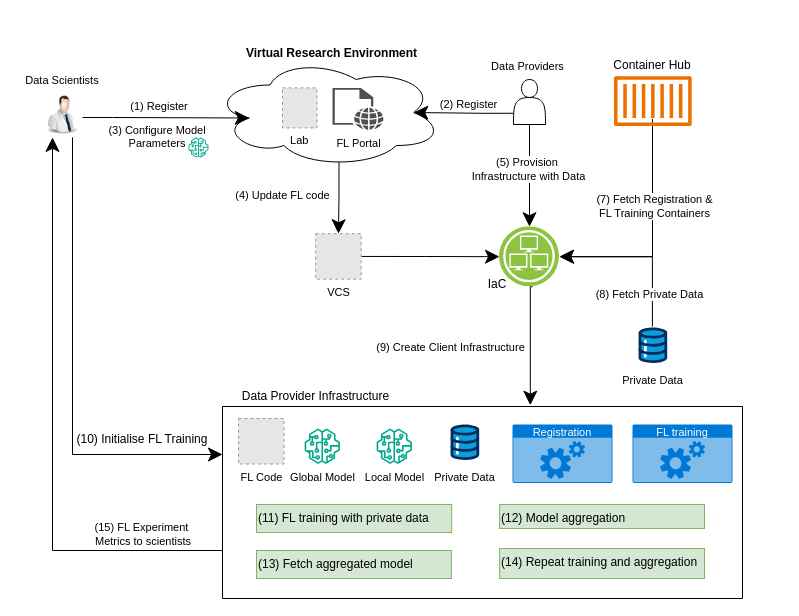
Before: Thesis/Workflow.drawio in anandanlk/Drawings, a draw.io diagram. Source tidied: cells renumbered, new cells numbered last; positions are measured from the earlier drawing's top-left corner, leaving out a move shared by most shapes. Both pictures are drawn from the tidied source at 100%, with x=0, y=0 at pixel (17, 17). Pictures stored in the file or linked from it are replaced by grey dashed boxes.
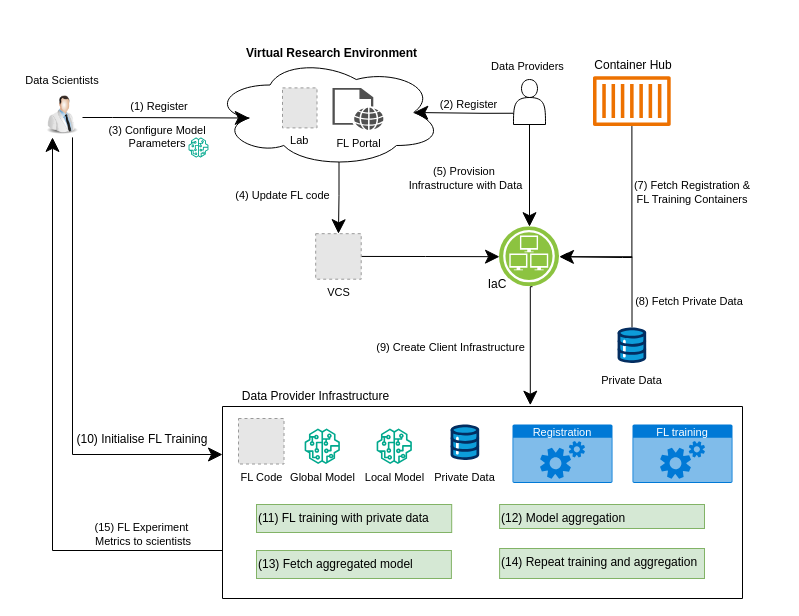
The same diagram, later.

Unchanged cells that the change refers to:
```xml
<mxCell id="19" style="edgeStyle=orthogonalEdgeStyle;rounded=0;jettySize=auto;html=1;exitX=0.5;exitY=1;exitDx=0;exitDy=0;entryX=0.5;entryY=0;entryDx=0;entryDy=0;endSize=12;startSize=12;" parent="1" edge="1" source="5" target="47">
  <mxGeometry relative="1" as="geometry" />
</mxCell>
<mxCell id="47" style="image;perimeter=ellipsePerimeter;html=1;align=center;shadow=0;dashed=0;fontColor=#4277BB;labelBackgroundColor=default;fontSize=12;spacingTop=3;image=img/lib/ibm/infrastructure/infrastructure_services.svg;" parent="1" vertex="1">
  <mxGeometry x="482" y="209.2" width="60" height="60" as="geometry" />
</mxCell>
```

Diff of the diagram source:
```diff
@@
-    <mxCell id="17" style="edgeStyle=orthogonalEdgeStyle;rounded=0;jettySize=auto;html=1;entryX=1;entryY=0.5;entryDx=0;entryDy=0;endSize=12;startSize=12;" parent="1" edge="1" target="47">
+    <mxCell id="17" style="edgeStyle=orthogonalEdgeStyle;rounded=0;jettySize=auto;html=1;entryX=1;entryY=0.5;entryDx=0;entryDy=0;endSize=12;startSize=12;" parent="1" edge="1" source="49" target="47">
       <mxGeometry relative="1" as="geometry">
-        <mxPoint x="635" y="101.5" as="sourcePoint" />
         <Array as="points">
-          <mxPoint x="635" y="240" />
-          <mxPoint x="542" y="240" />
+          <mxPoint x="614" y="240" />
+          <mxPoint x="605" y="240" />
         </Array>
       </mxGeometry>
     </mxCell>
-    <mxCell id="18" value="&lt;div&gt;(7) Fetch Registration &amp;amp;&lt;/div&gt;&lt;div&gt;FL Training Containers&lt;/div&gt;" style="edgeLabel;html=1;align=center;verticalAlign=middle;" parent="17" vertex="1">
-      <mxGeometry x="-0.27" y="1" relative="1" as="geometry">
-        <mxPoint y="3" as="offset" />
-      </mxGeometry>
-    </mxCell>
@@
-    <mxCell id="20" value="(5) Provision&amp;nbsp;&lt;div&gt;Infrastructure with Data&lt;/div&gt;" style="edgeLabel;html=1;align=center;verticalAlign=middle;" parent="19" vertex="1">
-      <mxGeometry x="-0.14" y="-2" relative="1" as="geometry" />
+    <mxCell id="20" value="(5) Provision&amp;nbsp;&lt;div&gt;Infrastructure with Data&lt;/div&gt;" style="edgeLabel;html=1;align=center;verticalAlign=middle;labelBackgroundColor=none;" parent="19" vertex="1">
+      <mxGeometry x="-0.14" y="-2" relative="1" as="geometry">
+        <mxPoint x="-63" y="9" as="offset" />
+      </mxGeometry>
     </mxCell>
-    <mxCell id="21" style="edgeStyle=orthogonalEdgeStyle;rounded=0;jettySize=auto;html=1;entryX=1;entryY=0.5;entryDx=0;entryDy=0;endSize=12;startSize=12;" parent="1" edge="1" target="47">
-      <mxGeometry relative="1" as="geometry">
-        <mxPoint x="634.9" y="309" as="sourcePoint" />
-        <Array as="points">
-          <mxPoint x="635" y="239" />
-        </Array>
-      </mxGeometry>
-    </mxCell>
-    <mxCell id="22" value="(8) Fetch Private Data" style="edgeLabel;html=1;align=center;verticalAlign=middle;" parent="21" vertex="1">
-      <mxGeometry x="-0.58" y="3" relative="1" as="geometry">
-        <mxPoint y="1" as="offset" />
-      </mxGeometry>
-    </mxCell>
@@
+    <mxCell id="51" style="edgeStyle=orthogonalEdgeStyle;rounded=0;jettySize=auto;html=1;entryX=1;entryY=0.5;entryDx=0;entryDy=0;" parent="1" edge="1" source="24" target="47">
+      <mxGeometry relative="1" as="geometry">
+        <Array as="points">
+          <mxPoint x="614" y="239" />
+        </Array>
+      </mxGeometry>
+    </mxCell>
     <mxCell id="24" value="Private Data" style="verticalLabelPosition=bottom;html=1;shape=mxgraph.salesforce.data;fontSize=11;" parent="1" vertex="1">
-      <mxGeometry x="621" y="310" width="28.8" height="35.5" as="geometry" />
+      <mxGeometry x="600" y="310" width="28.8" height="35.5" as="geometry" />
     </mxCell>
@@
     <mxCell id="49" style="sketch=0;outlineConnect=0;fontColor=#232F3E;gradientColor=none;fillColor=#ED7100;strokeColor=none;dashed=0;verticalLabelPosition=bottom;verticalAlign=top;align=center;html=1;fontSize=12;fontStyle=0;shape=mxgraph.aws4.container_1;" parent="1" vertex="1">
-      <mxGeometry x="596.5" y="58.5" width="77.7" height="50.2" as="geometry" />
+      <mxGeometry x="575.5" y="58.5" width="77.7" height="50.2" as="geometry" />
     </mxCell>
     <mxCell id="50" value="Container Hub" style="text;html=1;align=center;verticalAlign=middle;whiteSpace=wrap;rounded=0;" parent="1" vertex="1">
-      <mxGeometry x="595.4" y="33" width="80" height="30" as="geometry" />
+      <mxGeometry x="576.4" y="33" width="80" height="30" as="geometry" />
     </mxCell>
+    <mxCell id="52" value="&lt;div style=&quot;font-size: 11px; text-wrap: nowrap;&quot;&gt;&lt;br&gt;&lt;/div&gt;" style="text;html=1;align=center;verticalAlign=middle;whiteSpace=wrap;rounded=0;" parent="1" vertex="1">
+      <mxGeometry x="635" y="119.9" width="130" height="70" as="geometry" />
+    </mxCell>
+    <mxCell id="22" value="&lt;span style=&quot;font-size: 11px; text-wrap: nowrap;&quot;&gt;(8) Fetch Private Data&lt;/span&gt;" style="text;html=1;align=center;verticalAlign=middle;whiteSpace=wrap;rounded=0;" parent="1" vertex="1">
+      <mxGeometry x="642" y="269.2" width="60" height="30" as="geometry" />
+    </mxCell>
+    <mxCell id="18" value="&lt;div style=&quot;text-wrap: nowrap; font-size: 11px;&quot;&gt;(7) Fetch Registration &amp;amp;&lt;/div&gt;&lt;div style=&quot;text-wrap: nowrap; font-size: 11px;&quot;&gt;FL Training Containers&lt;/div&gt;" style="text;html=1;align=center;verticalAlign=middle;whiteSpace=wrap;rounded=0;" parent="1" vertex="1">
+      <mxGeometry x="645" y="160" width="60" height="30" as="geometry" />
+    </mxCell>
```
